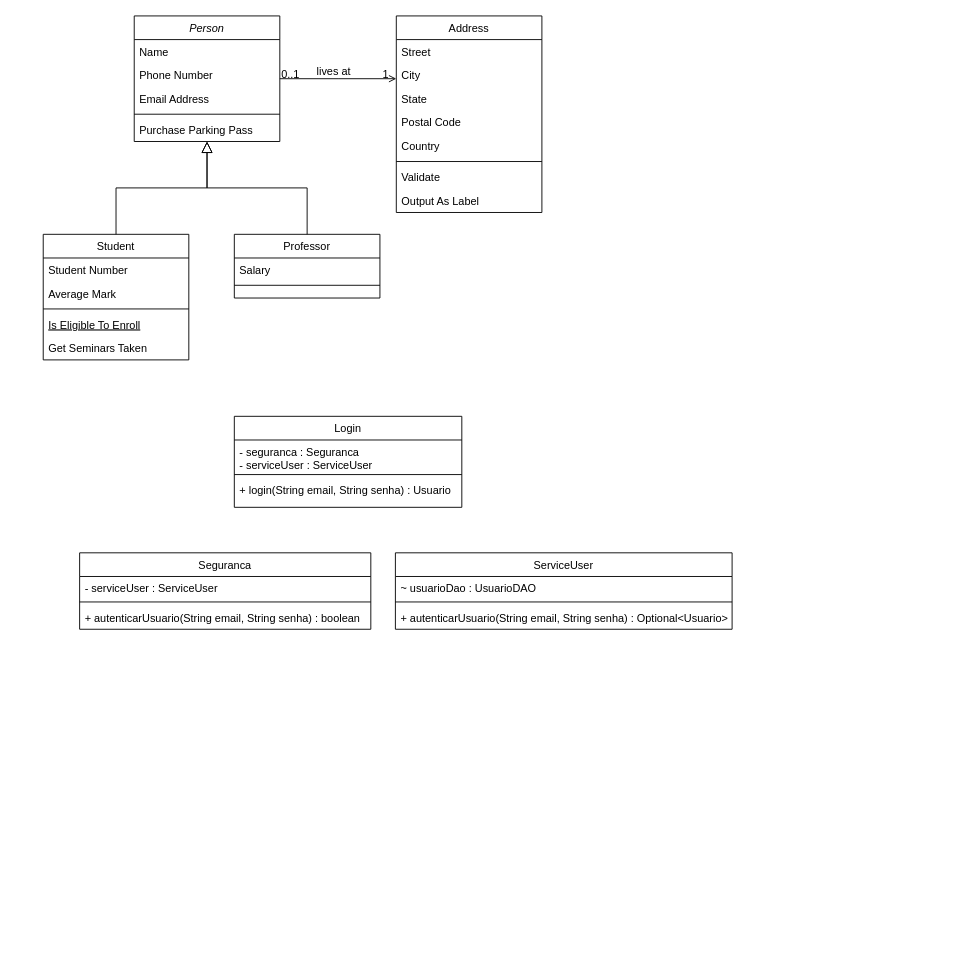
Before: Analise de Sistemas/UML/UML VisualOps.drawio in Sant-Thiago/Estudos, a draw.io diagram. Source tidied: cells renumbered, new cells numbered last; positions are measured from the earlier drawing's top-left corner, leaving out a move shared by most shapes. Both pictures are drawn from the tidied source at 91%, with x=0, y=0 at pixel (43, 15).
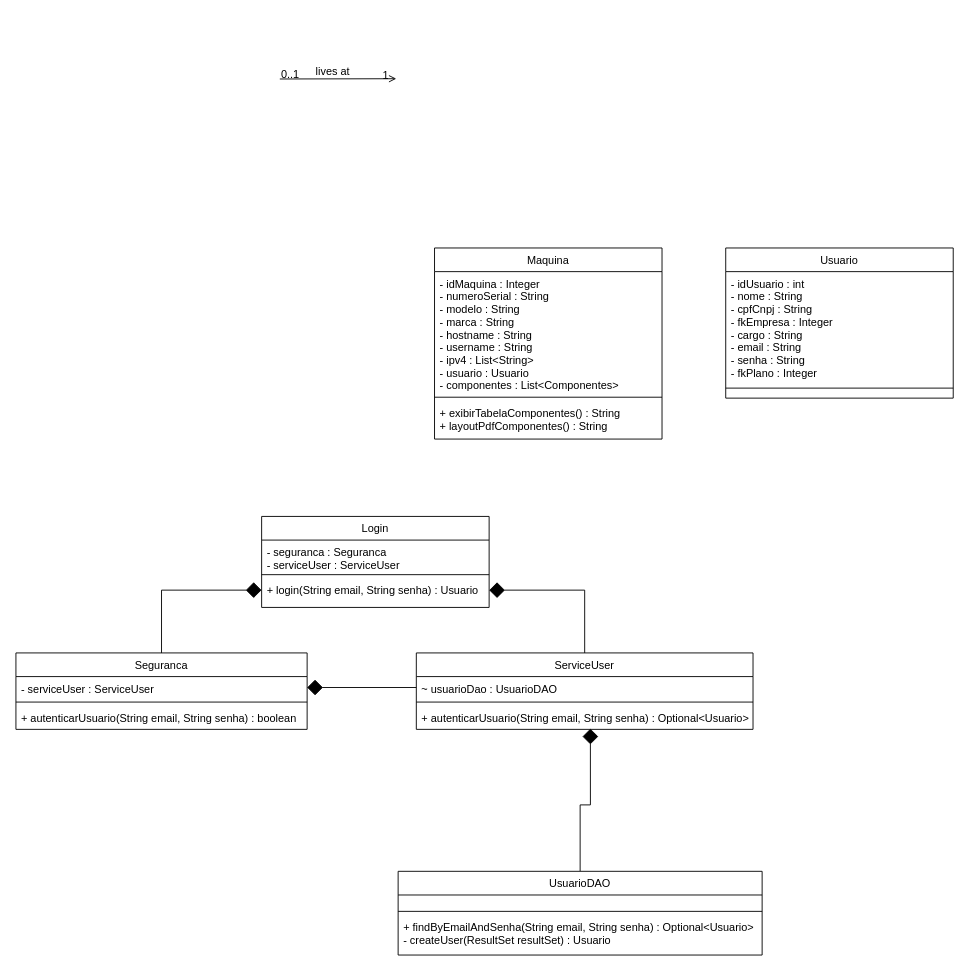
The same diagram, later.

Commit message:
UsuarioDao, Maquina e Usuario feitos

The change refers to these unchanged cells:
```xml
<mxCell id="35" value="+ login(String email, String senha) : Usuario" style="text;align=left;verticalAlign=top;spacingLeft=4;spacingRight=4;overflow=hidden;points=[[0,0.5],[1,0.5]];portConstraint=eastwest;" parent="32" vertex="1">
  <mxGeometry y="68" width="250" height="26" as="geometry" />
</mxCell>
<mxCell id="37" value="- serviceUser : ServiceUser" style="text;align=left;verticalAlign=top;spacingLeft=4;spacingRight=4;overflow=hidden;points=[[0,0.5],[1,0.5]];portConstraint=eastwest;" parent="36" vertex="1">
  <mxGeometry y="26" width="320" height="24" as="geometry" />
</mxCell>
<mxCell id="41" value="~ usuarioDao : UsuarioDAO" style="text;align=left;verticalAlign=top;spacingLeft=4;spacingRight=4;overflow=hidden;points=[[0,0.5],[1,0.5]];portConstraint=eastwest;" parent="40" vertex="1">
  <mxGeometry y="26" width="370" height="24" as="geometry" />
</mxCell>
<mxCell id="43" value="+ autenticarUsuario(String email, String senha) : Optional&lt;Usuario&gt;" style="text;align=left;verticalAlign=top;spacingLeft=4;spacingRight=4;overflow=hidden;points=[[0,0.5],[1,0.5]];portConstraint=eastwest;" parent="40" vertex="1">
  <mxGeometry y="58" width="370" height="26" as="geometry" />
</mxCell>
```

Change to the diagram source:
```diff
@@
-    <mxCell id="2" value="Person" style="swimlane;fontStyle=2;align=center;verticalAlign=top;horizontal=1;startSize=26;rounded=0;shadow=0;strokeWidth=1;" parent="1" vertex="1">
-      <mxGeometry x="100" width="160" height="138" as="geometry" />
-    </mxCell>
-    <mxCell id="3" value="Name" style="text;align=left;verticalAlign=top;spacingLeft=4;spacingRight=4;overflow=hidden;" parent="2" vertex="1">
-      <mxGeometry y="26" width="160" height="26" as="geometry" />
-    </mxCell>
-    <mxCell id="4" value="Phone Number" style="text;align=left;verticalAlign=top;spacingLeft=4;spacingRight=4;overflow=hidden;rounded=0;shadow=0;html=0;" parent="2" vertex="1">
-      <mxGeometry y="52" width="160" height="26" as="geometry" />
-    </mxCell>
-    <mxCell id="5" value="Email Address" style="text;align=left;verticalAlign=top;spacingLeft=4;spacingRight=4;overflow=hidden;rounded=0;shadow=0;html=0;" parent="2" vertex="1">
-      <mxGeometry y="78" width="160" height="26" as="geometry" />
-    </mxCell>
-    <mxCell id="6" style="line;html=1;strokeWidth=1;align=left;verticalAlign=middle;spacingTop=-1;spacingLeft=3;spacingRight=3;labelPosition=right;" parent="2" vertex="1">
-      <mxGeometry y="104" width="160" height="8" as="geometry" />
-    </mxCell>
-    <mxCell id="7" value="Purchase Parking Pass" style="text;align=left;verticalAlign=top;spacingLeft=4;spacingRight=4;overflow=hidden;" parent="2" vertex="1">
-      <mxGeometry y="112" width="160" height="26" as="geometry" />
-    </mxCell>
-    <mxCell id="8" value="Student" style="swimlane;fontStyle=0;align=center;verticalAlign=top;horizontal=1;startSize=26;rounded=0;shadow=0;strokeWidth=1;" parent="1" vertex="1">
-      <mxGeometry y="240" width="160" height="138" as="geometry" />
-    </mxCell>
-    <mxCell id="9" value="Student Number" style="text;align=left;verticalAlign=top;spacingLeft=4;spacingRight=4;overflow=hidden;" parent="8" vertex="1">
-      <mxGeometry y="26" width="160" height="26" as="geometry" />
-    </mxCell>
-    <mxCell id="10" value="Average Mark" style="text;align=left;verticalAlign=top;spacingLeft=4;spacingRight=4;overflow=hidden;rounded=0;shadow=0;html=0;" parent="8" vertex="1">
-      <mxGeometry y="52" width="160" height="26" as="geometry" />
-    </mxCell>
-    <mxCell id="11" style="line;html=1;strokeWidth=1;align=left;verticalAlign=middle;spacingTop=-1;spacingLeft=3;spacingRight=3;labelPosition=right;" parent="8" vertex="1">
-      <mxGeometry y="78" width="160" height="8" as="geometry" />
-    </mxCell>
-    <mxCell id="12" value="Is Eligible To Enroll" style="text;align=left;verticalAlign=top;spacingLeft=4;spacingRight=4;overflow=hidden;fontStyle=4;" parent="8" vertex="1">
-      <mxGeometry y="86" width="160" height="26" as="geometry" />
-    </mxCell>
-    <mxCell id="13" value="Get Seminars Taken" style="text;align=left;verticalAlign=top;spacingLeft=4;spacingRight=4;overflow=hidden;" parent="8" vertex="1">
-      <mxGeometry y="112" width="160" height="26" as="geometry" />
-    </mxCell>
-    <mxCell id="14" style="endArrow=block;endSize=10;endFill=0;shadow=0;strokeWidth=1;rounded=0;curved=0;edgeStyle=elbowEdgeStyle;elbow=vertical;" parent="1" edge="1" source="8" target="2">
-      <mxGeometry relative="1" as="geometry" />
-    </mxCell>
-    <mxCell id="15" value="Professor" style="swimlane;fontStyle=0;align=center;verticalAlign=top;horizontal=1;startSize=26;rounded=0;shadow=0;strokeWidth=1;" parent="1" vertex="1">
-      <mxGeometry x="210" y="240" width="160" height="70" as="geometry" />
-    </mxCell>
-    <mxCell id="16" value="Salary" style="text;align=left;verticalAlign=top;spacingLeft=4;spacingRight=4;overflow=hidden;" parent="15" vertex="1">
-      <mxGeometry y="26" width="160" height="26" as="geometry" />
-    </mxCell>
-    <mxCell id="17" style="line;html=1;strokeWidth=1;align=left;verticalAlign=middle;spacingTop=-1;spacingLeft=3;spacingRight=3;labelPosition=right;" parent="15" vertex="1">
-      <mxGeometry y="52" width="160" height="8" as="geometry" />
-    </mxCell>
-    <mxCell id="18" style="endArrow=block;endSize=10;endFill=0;shadow=0;strokeWidth=1;rounded=0;curved=0;edgeStyle=elbowEdgeStyle;elbow=vertical;" parent="1" edge="1" source="15" target="2">
-      <mxGeometry relative="1" as="geometry" />
-    </mxCell>
-    <mxCell id="19" value="Address" style="swimlane;fontStyle=0;align=center;verticalAlign=top;horizontal=1;startSize=26;rounded=0;shadow=0;strokeWidth=1;" parent="1" vertex="1">
-      <mxGeometry x="388" width="160" height="216" as="geometry" />
-    </mxCell>
-    <mxCell id="20" value="Street" style="text;align=left;verticalAlign=top;spacingLeft=4;spacingRight=4;overflow=hidden;" parent="19" vertex="1">
-      <mxGeometry y="26" width="160" height="26" as="geometry" />
-    </mxCell>
-    <mxCell id="21" value="City" style="text;align=left;verticalAlign=top;spacingLeft=4;spacingRight=4;overflow=hidden;rounded=0;shadow=0;html=0;" parent="19" vertex="1">
-      <mxGeometry y="52" width="160" height="26" as="geometry" />
-    </mxCell>
-    <mxCell id="22" value="State" style="text;align=left;verticalAlign=top;spacingLeft=4;spacingRight=4;overflow=hidden;rounded=0;shadow=0;html=0;" parent="19" vertex="1">
-      <mxGeometry y="78" width="160" height="26" as="geometry" />
-    </mxCell>
-    <mxCell id="23" value="Postal Code" style="text;align=left;verticalAlign=top;spacingLeft=4;spacingRight=4;overflow=hidden;rounded=0;shadow=0;html=0;" parent="19" vertex="1">
-      <mxGeometry y="104" width="160" height="26" as="geometry" />
-    </mxCell>
-    <mxCell id="24" value="Country" style="text;align=left;verticalAlign=top;spacingLeft=4;spacingRight=4;overflow=hidden;rounded=0;shadow=0;html=0;" parent="19" vertex="1">
-      <mxGeometry y="130" width="160" height="26" as="geometry" />
-    </mxCell>
-    <mxCell id="25" style="line;html=1;strokeWidth=1;align=left;verticalAlign=middle;spacingTop=-1;spacingLeft=3;spacingRight=3;labelPosition=right;" parent="19" vertex="1">
-      <mxGeometry y="156" width="160" height="8" as="geometry" />
-    </mxCell>
-    <mxCell id="26" value="Validate" style="text;align=left;verticalAlign=top;spacingLeft=4;spacingRight=4;overflow=hidden;" parent="19" vertex="1">
-      <mxGeometry y="164" width="160" height="26" as="geometry" />
-    </mxCell>
-    <mxCell id="27" value="Output As Label" style="text;align=left;verticalAlign=top;spacingLeft=4;spacingRight=4;overflow=hidden;" parent="19" vertex="1">
-      <mxGeometry y="190" width="160" height="26" as="geometry" />
-    </mxCell>
-    <mxCell id="28" style="endArrow=open;shadow=0;strokeWidth=1;rounded=0;curved=0;endFill=1;edgeStyle=elbowEdgeStyle;elbow=vertical;" parent="1" edge="1" source="2" target="19">
+    <mxCell id="28" style="endArrow=open;shadow=0;strokeWidth=1;rounded=0;curved=0;endFill=1;edgeStyle=elbowEdgeStyle;elbow=vertical;" parent="1" edge="1">
       <mxGeometry x="0.5" y="41" relative="1" as="geometry">
+        <mxPoint x="260" y="69.3" as="sourcePoint" />
+        <mxPoint x="388" y="69.3" as="targetPoint" />
         <mxPoint x="-40" y="32" as="offset" />
       </mxGeometry>
     </mxCell>
@@
+    <mxCell id="44" style="edgeStyle=orthogonalEdgeStyle;rounded=0;jettySize=auto;html=1;entryX=1;entryY=0.5;entryDx=0;entryDy=0;fontSize=12;startSize=8;endSize=15;exitX=0.5;exitY=0;exitDx=0;exitDy=0;endArrow=diamond;endFill=1;" parent="1" edge="1" source="40" target="35">
+      <mxGeometry relative="1" as="geometry" />
+    </mxCell>
     <mxCell id="32" value="Login" style="swimlane;fontStyle=0;align=center;verticalAlign=top;horizontal=1;startSize=26;rounded=0;shadow=0;strokeWidth=1;" parent="1" vertex="1">
-      <mxGeometry x="210" y="440" width="250" height="100" as="geometry" />
+      <mxGeometry x="240" y="550" width="250" height="100" as="geometry" />
     </mxCell>
-    <mxCell id="33" value="- seguranca : Seguranca&#10;- serviceUser : ServiceUser" style="text;align=left;verticalAlign=top;spacingLeft=4;spacingRight=4;overflow=hidden;" parent="32" vertex="1">
+    <mxCell id="33" value="- seguranca : Seguranca&#10;- serviceUser : ServiceUser" style="text;align=left;verticalAlign=top;spacingLeft=4;spacingRight=4;overflow=hidden;strokeColor=none;" parent="32" vertex="1">
       <mxGeometry y="26" width="250" height="34" as="geometry" />
     </mxCell>
@@
     <mxCell id="36" value="Seguranca" style="swimlane;fontStyle=0;align=center;verticalAlign=top;horizontal=1;startSize=26;rounded=0;shadow=0;strokeWidth=1;" parent="1" vertex="1">
-      <mxGeometry x="40" y="590" width="320" height="84" as="geometry" />
+      <mxGeometry x="-30" y="700" width="320" height="84" as="geometry" />
     </mxCell>
@@
     <mxCell id="40" value="ServiceUser" style="swimlane;fontStyle=0;align=center;verticalAlign=top;horizontal=1;startSize=26;rounded=0;shadow=0;strokeWidth=1;" parent="1" vertex="1">
-      <mxGeometry x="387" y="590" width="370" height="84" as="geometry" />
+      <mxGeometry x="410" y="700" width="370" height="84" as="geometry" />
     </mxCell>
@@
+    <mxCell id="45" style="edgeStyle=orthogonalEdgeStyle;rounded=0;jettySize=auto;html=1;fontSize=12;startSize=8;endSize=15;endArrow=diamond;endFill=1;exitX=0.5;exitY=0;exitDx=0;exitDy=0;" parent="1" edge="1" source="36" target="35">
+      <mxGeometry relative="1" as="geometry" />
+    </mxCell>
+    <mxCell id="46" style="edgeStyle=orthogonalEdgeStyle;rounded=0;jettySize=auto;html=1;fontSize=12;startSize=8;endSize=15;endArrow=diamond;endFill=1;" parent="1" edge="1" source="41" target="37">
+      <mxGeometry relative="1" as="geometry" />
+    </mxCell>
+    <mxCell id="47" style="edgeStyle=orthogonalEdgeStyle;rounded=0;jettySize=auto;html=1;fontSize=12;startSize=8;endSize=15;entryX=0.517;entryY=0.968;entryDx=0;entryDy=0;entryPerimeter=0;endArrow=diamond;endFill=1;" parent="1" edge="1" source="48" target="43">
+      <mxGeometry relative="1" as="geometry" />
+    </mxCell>
+    <mxCell id="48" value="UsuarioDAO" style="swimlane;fontStyle=0;align=center;verticalAlign=top;horizontal=1;startSize=26;rounded=0;shadow=0;strokeWidth=1;" parent="1" vertex="1">
+      <mxGeometry x="390" y="940" width="400" height="92" as="geometry" />
+    </mxCell>
+    <mxCell id="49" value="&#10;" style="text;align=left;verticalAlign=top;spacingLeft=4;spacingRight=4;overflow=hidden;" parent="48" vertex="1">
+      <mxGeometry y="26" width="400" height="14" as="geometry" />
+    </mxCell>
+    <mxCell id="50" style="line;html=1;strokeWidth=1;align=left;verticalAlign=middle;spacingTop=-1;spacingLeft=3;spacingRight=3;labelPosition=right;" parent="48" vertex="1">
+      <mxGeometry y="40" width="400" height="8" as="geometry" />
+    </mxCell>
+    <mxCell id="51" value="+ findByEmailAndSenha(String email, String senha) : Optional&lt;Usuario&gt;&#10;- createUser(ResultSet resultSet) : Usuario" style="text;align=left;verticalAlign=top;spacingLeft=4;spacingRight=4;overflow=hidden;" parent="48" vertex="1">
+      <mxGeometry y="48" width="400" height="44" as="geometry" />
+    </mxCell>
+    <mxCell id="52" value="Maquina" style="swimlane;fontStyle=0;align=center;verticalAlign=top;horizontal=1;startSize=26;rounded=0;shadow=0;strokeWidth=1;" parent="1" vertex="1">
+      <mxGeometry x="430" y="255" width="250" height="210" as="geometry" />
+    </mxCell>
+    <mxCell id="53" value="- idMaquina : Integer&#10;- numeroSerial : String&#10;- modelo : String&#10;- marca : String&#10;- hostname : String&#10;- username : String&#10;- ipv4 : List&lt;String&gt;&#10;- usuario : Usuario&#10;- componentes : List&lt;Componentes&gt;" style="text;align=left;verticalAlign=top;spacingLeft=4;spacingRight=4;overflow=hidden;strokeColor=none;" parent="52" vertex="1">
+      <mxGeometry y="26" width="250" height="134" as="geometry" />
+    </mxCell>
+    <mxCell id="54" style="line;html=1;strokeWidth=1;align=left;verticalAlign=middle;spacingTop=-1;spacingLeft=3;spacingRight=3;labelPosition=right;" parent="52" vertex="1">
+      <mxGeometry y="160" width="250" height="8" as="geometry" />
+    </mxCell>
+    <mxCell id="55" value="+ exibirTabelaComponentes() : String&#10;+ layoutPdfComponentes() : String" style="text;align=left;verticalAlign=top;spacingLeft=4;spacingRight=4;overflow=hidden;" parent="52" vertex="1">
+      <mxGeometry y="168" width="250" height="42" as="geometry" />
+    </mxCell>
+    <mxCell id="56" value="Usuario" style="swimlane;fontStyle=0;align=center;verticalAlign=top;horizontal=1;startSize=26;rounded=0;shadow=0;strokeWidth=1;" parent="1" vertex="1">
+      <mxGeometry x="750" y="255" width="250" height="165" as="geometry" />
+    </mxCell>
+    <mxCell id="57" value="- idUsuario : int&#10;- nome : String&#10;- cpfCnpj : String&#10;- fkEmpresa : Integer&#10;- cargo : String&#10;- email : String&#10;- senha : String&#10;- fkPlano : Integer" style="text;align=left;verticalAlign=top;spacingLeft=4;spacingRight=4;overflow=hidden;strokeColor=none;" parent="56" vertex="1">
+      <mxGeometry y="26" width="250" height="124" as="geometry" />
+    </mxCell>
+    <mxCell id="58" style="line;html=1;strokeWidth=1;align=left;verticalAlign=middle;spacingTop=-1;spacingLeft=3;spacingRight=3;labelPosition=right;" parent="56" vertex="1">
+      <mxGeometry y="150" width="250" height="8" as="geometry" />
+    </mxCell>
```
